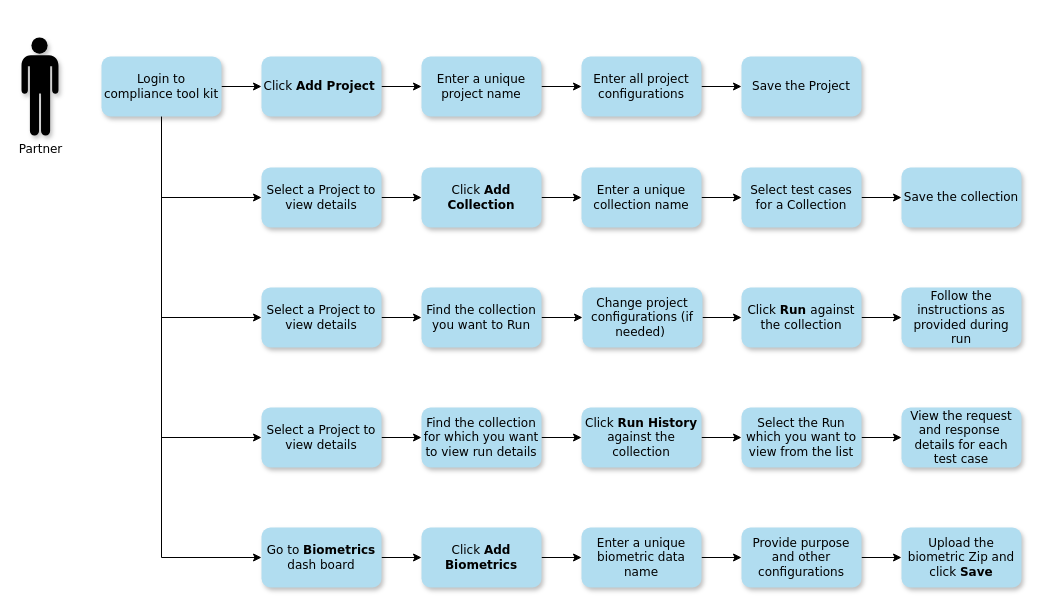
mosip/documentation keeps this draw.io diagram as docs/_images/compliance-toolkit-flow-diagram.drawio. Above is the earlier version. Source tidied: cells renumbered, new cells numbered last; positions are measured from the earlier drawing's top-left corner, leaving out a move shared by most shapes. Both pictures are drawn from the tidied source at 100%, with x=0, y=0 at pixel (21, 37).
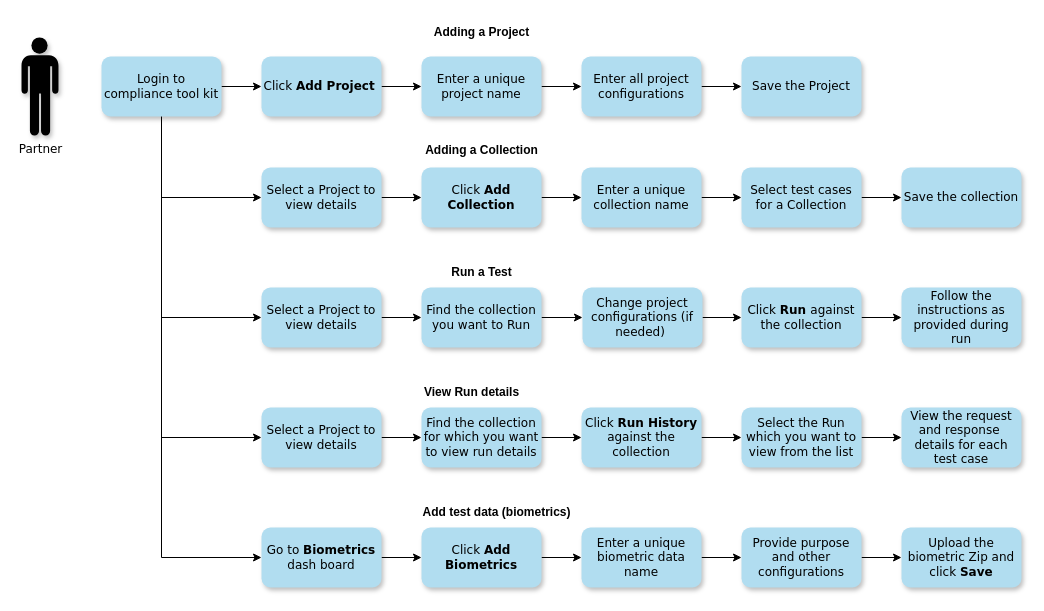
The same page after the edit.

What changed in the source:
```diff
@@
+    <mxCell id="52" value="&lt;b&gt;Adding a Project&lt;/b&gt;" style="text;html=1;align=center;verticalAlign=middle;strokeColor=none;fillColor=none;" parent="1" vertex="1">
+      <mxGeometry x="400" y="-20" width="120" height="30" as="geometry" />
+    </mxCell>
+    <mxCell id="53" value="&lt;b&gt;Adding a Collection&lt;/b&gt;" style="text;html=1;align=center;verticalAlign=middle;strokeColor=none;fillColor=none;" parent="1" vertex="1">
+      <mxGeometry x="390" y="98" width="140" height="30" as="geometry" />
+    </mxCell>
+    <mxCell id="54" value="&lt;b&gt;Run a Test&lt;/b&gt;" style="text;html=1;align=center;verticalAlign=middle;strokeColor=none;fillColor=none;" parent="1" vertex="1">
+      <mxGeometry x="420" y="220" width="80" height="30" as="geometry" />
+    </mxCell>
+    <mxCell id="55" value="&lt;b&gt;View Run details&lt;/b&gt;" style="text;html=1;align=center;verticalAlign=middle;strokeColor=none;fillColor=none;" parent="1" vertex="1">
+      <mxGeometry x="390" y="340" width="120" height="30" as="geometry" />
+    </mxCell>
+    <mxCell id="56" value="&lt;b&gt;Add test data (biometrics)&lt;/b&gt;" style="text;html=1;align=center;verticalAlign=middle;strokeColor=none;fillColor=none;" parent="1" vertex="1">
+      <mxGeometry x="390" y="460" width="170" height="30" as="geometry" />
+    </mxCell>
```
